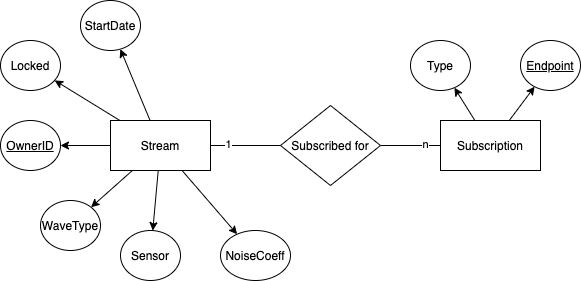
Before: docs/img/db_erd.png, a diagram exported from draw.io (sensormockery/sensormockery-server). Source tidied: cells renumbered, new cells last; positions are measured from the earlier drawing's top-left corner, leaving out a move shared by most shapes.
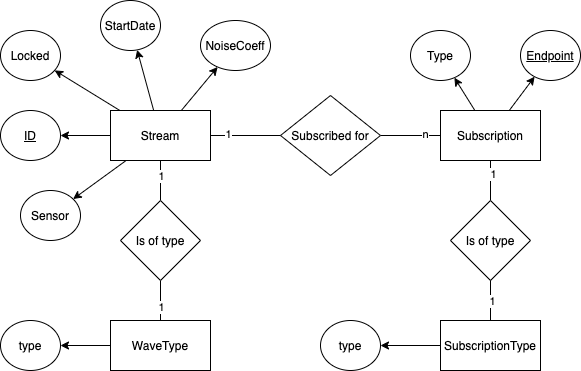
After the commit.

Commit message:
Edit db erd diagram

The edit, as a diff of the source:
```diff
@@ -8,6 +8,12 @@
     <mxCell id="3" style="edgeStyle=none;rounded=0;jettySize=auto;html=1;" parent="1" edge="1" source="4" target="6">
       <mxGeometry relative="1" as="geometry" />
     </mxCell>
+    <mxCell id="25" style="edgeStyle=orthogonalEdgeStyle;rounded=0;jettySize=auto;html=1;entryX=0.5;entryY=0;entryDx=0;entryDy=0;endArrow=none;endFill=0;" parent="1" edge="1" source="4" target="38">
+      <mxGeometry relative="1" as="geometry" />
+    </mxCell>
+    <mxCell id="26" value="1" style="edgeLabel;html=1;align=center;verticalAlign=middle;" parent="25" vertex="1">
+      <mxGeometry x="-0.35" y="2" relative="1" as="geometry" />
+    </mxCell>
     <mxCell id="4" value="Subscription" style="rounded=0;whiteSpace=wrap;html=1;" parent="1" vertex="1">
       <mxGeometry x="440" y="120" width="100" height="50" as="geometry" />
     </mxCell>
@@ -32,35 +38,37 @@
     <mxCell id="11" style="edgeStyle=none;rounded=0;jettySize=auto;html=1;" parent="1" edge="1" source="15" target="18">
       <mxGeometry relative="1" as="geometry" />
     </mxCell>
-    <mxCell id="12" style="edgeStyle=none;rounded=0;jettySize=auto;html=1;" parent="1" edge="1" source="15" target="19">
-      <mxGeometry relative="1" as="geometry" />
-    </mxCell>
     <mxCell id="13" style="edgeStyle=none;rounded=0;jettySize=auto;html=1;" parent="1" edge="1" source="15" target="20">
       <mxGeometry relative="1" as="geometry" />
     </mxCell>
     <mxCell id="14" style="edgeStyle=none;rounded=0;jettySize=auto;html=1;" parent="1" edge="1" source="15" target="21">
       <mxGeometry relative="1" as="geometry" />
     </mxCell>
+    <mxCell id="27" style="edgeStyle=orthogonalEdgeStyle;rounded=0;jettySize=auto;html=1;entryX=0.5;entryY=0;entryDx=0;entryDy=0;endArrow=none;endFill=0;" parent="1" edge="1" source="15" target="33">
+      <mxGeometry relative="1" as="geometry" />
+    </mxCell>
+    <mxCell id="28" value="1" style="edgeLabel;html=1;align=center;verticalAlign=middle;" parent="27" vertex="1">
+      <mxGeometry x="-0.6" y="2" relative="1" as="geometry">
+        <mxPoint x="-2" y="7" as="offset" />
+      </mxGeometry>
+    </mxCell>
     <mxCell id="15" value="Stream" style="rounded=0;whiteSpace=wrap;html=1;" parent="1" vertex="1">
       <mxGeometry x="110" y="120" width="100" height="50" as="geometry" />
     </mxCell>
     <mxCell id="16" value="Locked" style="ellipse;whiteSpace=wrap;html=1;" parent="1" vertex="1">
       <mxGeometry y="40" width="60" height="50" as="geometry" />
     </mxCell>
-    <mxCell id="17" value="&lt;u&gt;OwnerID&lt;/u&gt;" style="ellipse;whiteSpace=wrap;html=1;" parent="1" vertex="1">
+    <mxCell id="17" value="&lt;u&gt;ID&lt;/u&gt;" style="ellipse;whiteSpace=wrap;html=1;" parent="1" vertex="1">
       <mxGeometry y="120" width="60" height="50" as="geometry" />
     </mxCell>
     <mxCell id="18" value="StartDate" style="ellipse;whiteSpace=wrap;html=1;" parent="1" vertex="1">
-      <mxGeometry x="80" width="60" height="50" as="geometry" />
+      <mxGeometry x="100" y="10" width="60" height="50" as="geometry" />
     </mxCell>
-    <mxCell id="19" value="WaveType" style="ellipse;whiteSpace=wrap;html=1;" parent="1" vertex="1">
-      <mxGeometry x="40" y="200" width="60" height="50" as="geometry" />
-    </mxCell>
     <mxCell id="20" value="Sensor" style="ellipse;whiteSpace=wrap;html=1;" parent="1" vertex="1">
-      <mxGeometry x="120" y="230" width="60" height="50" as="geometry" />
+      <mxGeometry x="20" y="200" width="60" height="50" as="geometry" />
     </mxCell>
     <mxCell id="21" value="NoiseCoeff" style="ellipse;whiteSpace=wrap;html=1;" parent="1" vertex="1">
-      <mxGeometry x="220" y="230" width="70" height="50" as="geometry" />
+      <mxGeometry x="200" y="30" width="70" height="50" as="geometry" />
     </mxCell>
     <mxCell id="22" value="Subscribed for" style="rhombus;whiteSpace=wrap;html=1;" parent="1" vertex="1">
       <mxGeometry x="280" y="105" width="100" height="80" as="geometry" />
@@ -71,5 +79,43 @@
     <mxCell id="24" value="1" style="edgeLabel;html=1;align=center;verticalAlign=middle;" parent="23" vertex="1">
       <mxGeometry x="-0.51" y="2" relative="1" as="geometry" />
     </mxCell>
+    <mxCell id="29" style="edgeStyle=orthogonalEdgeStyle;rounded=0;jettySize=auto;html=1;" parent="1" edge="1" source="19" target="30">
+      <mxGeometry relative="1" as="geometry" />
+    </mxCell>
+    <mxCell id="19" value="WaveType" style="rounded=0;whiteSpace=wrap;html=1;" parent="1" vertex="1">
+      <mxGeometry x="110" y="330" width="100" height="50" as="geometry" />
+    </mxCell>
+    <mxCell id="30" value="type" style="ellipse;whiteSpace=wrap;html=1;" parent="1" vertex="1">
+      <mxGeometry y="330" width="60" height="50" as="geometry" />
+    </mxCell>
+    <mxCell id="31" style="edgeStyle=orthogonalEdgeStyle;rounded=0;jettySize=auto;html=1;entryX=0.5;entryY=0;entryDx=0;entryDy=0;endArrow=none;endFill=0;" parent="1" edge="1" source="33" target="19">
+      <mxGeometry relative="1" as="geometry" />
+    </mxCell>
+    <mxCell id="32" value="1" style="edgeLabel;html=1;align=center;verticalAlign=middle;" parent="31" vertex="1">
+      <mxGeometry x="0.64" y="1" relative="1" as="geometry">
+        <mxPoint x="-1" y="-7" as="offset" />
+      </mxGeometry>
+    </mxCell>
+    <mxCell id="33" value="Is of type" style="rhombus;whiteSpace=wrap;html=1;" parent="1" vertex="1">
+      <mxGeometry x="120" y="210" width="80" height="80" as="geometry" />
+    </mxCell>
+    <mxCell id="34" style="edgeStyle=orthogonalEdgeStyle;rounded=0;jettySize=auto;html=1;endArrow=classic;endFill=1;" parent="1" edge="1" source="35" target="39">
+      <mxGeometry relative="1" as="geometry" />
+    </mxCell>
+    <mxCell id="35" value="SubscriptionType" style="rounded=0;whiteSpace=wrap;html=1;" parent="1" vertex="1">
+      <mxGeometry x="440" y="330" width="100" height="50" as="geometry" />
+    </mxCell>
+    <mxCell id="36" style="edgeStyle=orthogonalEdgeStyle;rounded=0;jettySize=auto;html=1;entryX=0.5;entryY=0;entryDx=0;entryDy=0;endArrow=none;endFill=0;" parent="1" edge="1" source="38" target="35">
+      <mxGeometry relative="1" as="geometry" />
+    </mxCell>
+    <mxCell id="37" value="1" style="edgeLabel;html=1;align=center;verticalAlign=middle;" parent="36" vertex="1">
+      <mxGeometry y="1" relative="1" as="geometry" />
+    </mxCell>
+    <mxCell id="38" value="Is of type" style="rhombus;whiteSpace=wrap;html=1;" parent="1" vertex="1">
+      <mxGeometry x="450" y="210" width="80" height="80" as="geometry" />
+    </mxCell>
+    <mxCell id="39" value="type" style="ellipse;whiteSpace=wrap;html=1;" parent="1" vertex="1">
+      <mxGeometry x="320" y="330" width="60" height="50" as="geometry" />
+    </mxCell>
   </root>
 </mxGraphModel>
```
